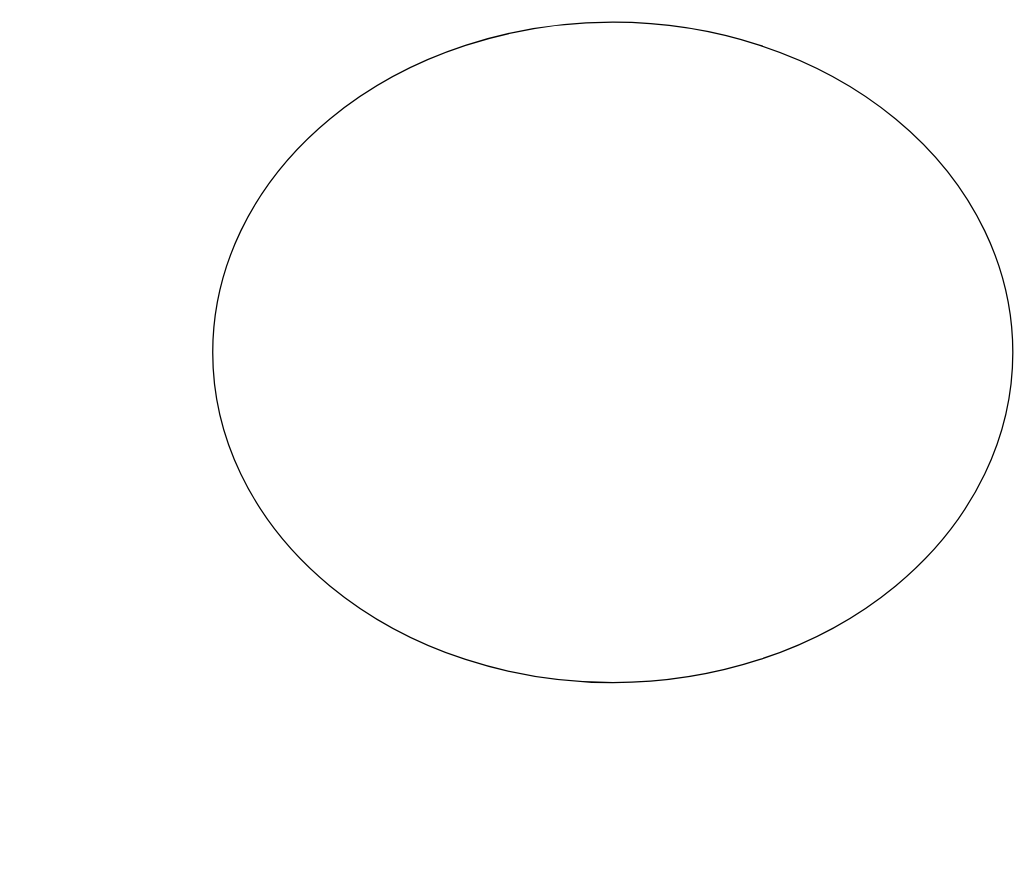
Earlier version of the draw.io diagram FinalPJ.drawio (GIGIJU/kh9Final-05). Source tidied: cells renumbered, new cells numbered last; positions are measured from the earlier drawing's top-left corner, leaving out a move shared by most shapes. Both pictures are drawn from the tidied source at 127%, with x=0, y=0 at pixel (212, 22).
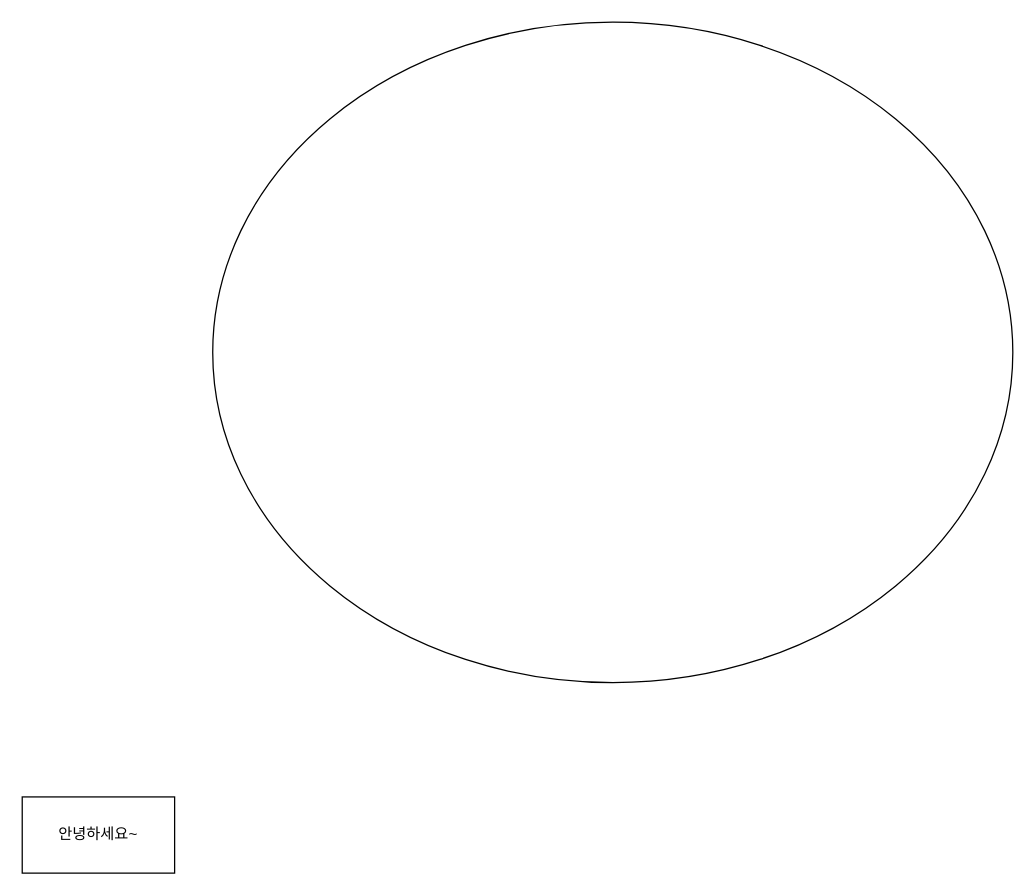
The same diagram, later.

Diff of the diagram source:
```diff
@@
 <mxGraphModel>
   <root>
     <mxCell id="0" />
     <mxCell id="1" parent="0" />
     <mxCell id="2" style="ellipse;whiteSpace=wrap;html=1;" parent="1" vertex="1">
       <mxGeometry width="630" height="520" as="geometry" />
     </mxCell>
+    <mxCell id="3" value="안녕하세요~" style="rounded=0;whiteSpace=wrap;html=1;" parent="1" vertex="1">
+      <mxGeometry x="-150" y="610" width="120" height="60" as="geometry" />
+    </mxCell>
   </root>
 </mxGraphModel>
```
